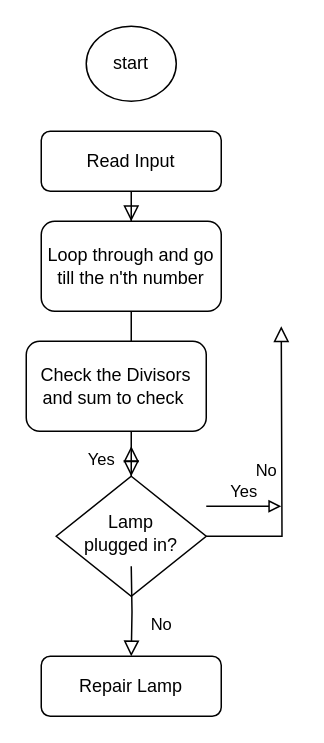
The draw.io diagram Untitled Diagram.drawio in abdullahmiraz/c-sharp-diagrams, before the edit. Source tidied: cells renumbered, new cells numbered last; positions are measured from the earlier drawing's top-left corner, leaving out a move shared by most shapes. Both pictures are drawn from the tidied source at 150%, with x=0, y=0 at pixel (26, 26).
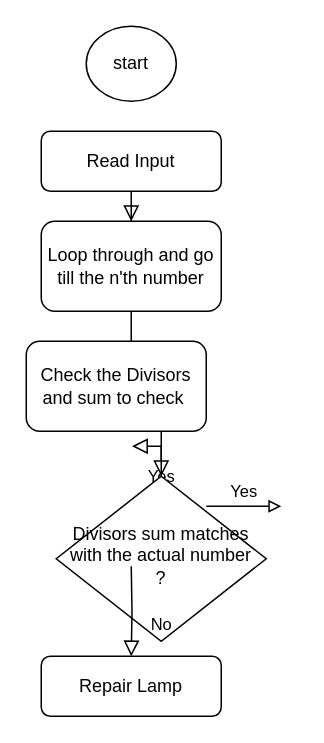
After the change.

Change to the diagram source:
```diff
@@
 <mxGraphModel>
   <root>
     <mxCell id="0" />
     <mxCell id="1" parent="0" />
     <mxCell id="2" style="rounded=0;html=1;jettySize=auto;fontSize=11;endArrow=block;endFill=0;endSize=8;strokeWidth=1;shadow=0;labelBackgroundColor=none;edgeStyle=orthogonalEdgeStyle;" parent="1" edge="1" source="13" target="6">
       <mxGeometry relative="1" as="geometry" />
     </mxCell>
     <mxCell id="3" value="Read Input" style="rounded=1;whiteSpace=wrap;html=1;fontSize=12;glass=0;strokeWidth=1;shadow=0;" parent="1" vertex="1">
       <mxGeometry x="10" y="70" width="120" height="40" as="geometry" />
     </mxCell>
     <mxCell id="4" value="Yes" style="rounded=0;html=1;jettySize=auto;fontSize=11;endArrow=block;endFill=0;endSize=8;strokeWidth=1;shadow=0;labelBackgroundColor=none;edgeStyle=orthogonalEdgeStyle;" parent="1" edge="1" source="6">
       <mxGeometry y="20" relative="1" as="geometry">
         <mxPoint x="70" y="280" as="targetPoint" />
       </mxGeometry>
     </mxCell>
-    <mxCell id="5" value="No" style="edgeStyle=orthogonalEdgeStyle;rounded=0;html=1;jettySize=auto;fontSize=11;endArrow=block;endFill=0;endSize=8;strokeWidth=1;shadow=0;labelBackgroundColor=none;" parent="1" edge="1" source="6">
-      <mxGeometry y="10" relative="1" as="geometry">
-        <mxPoint x="170" y="200" as="targetPoint" />
-      </mxGeometry>
-    </mxCell>
-    <mxCell id="6" value="Lamp&lt;br&gt;plugged in?" style="rhombus;whiteSpace=wrap;html=1;shadow=0;fontFamily=Helvetica;fontSize=12;align=center;strokeWidth=1;spacing=6;spacingTop=-4;" parent="1" vertex="1">
-      <mxGeometry x="20" y="300" width="100" height="80" as="geometry" />
+    <mxCell id="6" value="Divisors sum matches with the actual number ?" style="rhombus;whiteSpace=wrap;html=1;shadow=0;fontFamily=Helvetica;fontSize=12;align=center;strokeWidth=1;spacing=6;spacingTop=-4;" parent="1" vertex="1">
+      <mxGeometry x="20" y="300" width="140" height="110" as="geometry" />
     </mxCell>
     <mxCell id="7" value="No" style="rounded=0;html=1;jettySize=auto;fontSize=11;endArrow=block;endFill=0;endSize=8;strokeWidth=1;shadow=0;labelBackgroundColor=none;edgeStyle=orthogonalEdgeStyle;" parent="1" edge="1" target="9">
       <mxGeometry x="0.33" y="20" relative="1" as="geometry">
         <mxPoint x="70" y="360" as="sourcePoint" />
       </mxGeometry>
     </mxCell>
     <mxCell id="8" value="Yes" style="edgeStyle=orthogonalEdgeStyle;rounded=0;html=1;jettySize=auto;orthogonalLoop=1;fontSize=11;endArrow=block;endFill=0;strokeWidth=1;shadow=0;labelBackgroundColor=none;" parent="1" edge="1">
       <mxGeometry y="10" relative="1" as="geometry">
         <mxPoint x="120" y="320" as="sourcePoint" />
         <mxPoint x="170" y="320" as="targetPoint" />
       </mxGeometry>
     </mxCell>
     <mxCell id="9" value="Repair Lamp" style="rounded=1;whiteSpace=wrap;html=1;fontSize=12;glass=0;strokeWidth=1;shadow=0;" parent="1" vertex="1">
       <mxGeometry x="10" y="420" width="120" height="40" as="geometry" />
     </mxCell>
     <mxCell id="10" value="start" style="ellipse;whiteSpace=wrap;html=1;" parent="1" vertex="1">
       <mxGeometry x="40" width="60" height="50" as="geometry" />
     </mxCell>
     <mxCell id="11" value="Check the Divisors and sum to check&amp;nbsp;" style="rounded=1;whiteSpace=wrap;html=1;" parent="1" vertex="1">
       <mxGeometry y="210" width="120" height="60" as="geometry" />
     </mxCell>
     <mxCell id="12" style="rounded=0;html=1;jettySize=auto;fontSize=11;endArrow=block;endFill=0;endSize=8;strokeWidth=1;shadow=0;labelBackgroundColor=none;edgeStyle=orthogonalEdgeStyle;" parent="1" edge="1" source="3" target="13">
       <mxGeometry relative="1" as="geometry" />
     </mxCell>
     <mxCell id="13" value="Loop through and go till the n'th number" style="rounded=1;whiteSpace=wrap;html=1;" parent="1" vertex="1">
       <mxGeometry x="10" y="130" width="120" height="60" as="geometry" />
     </mxCell>
   </root>
 </mxGraphModel>
```
